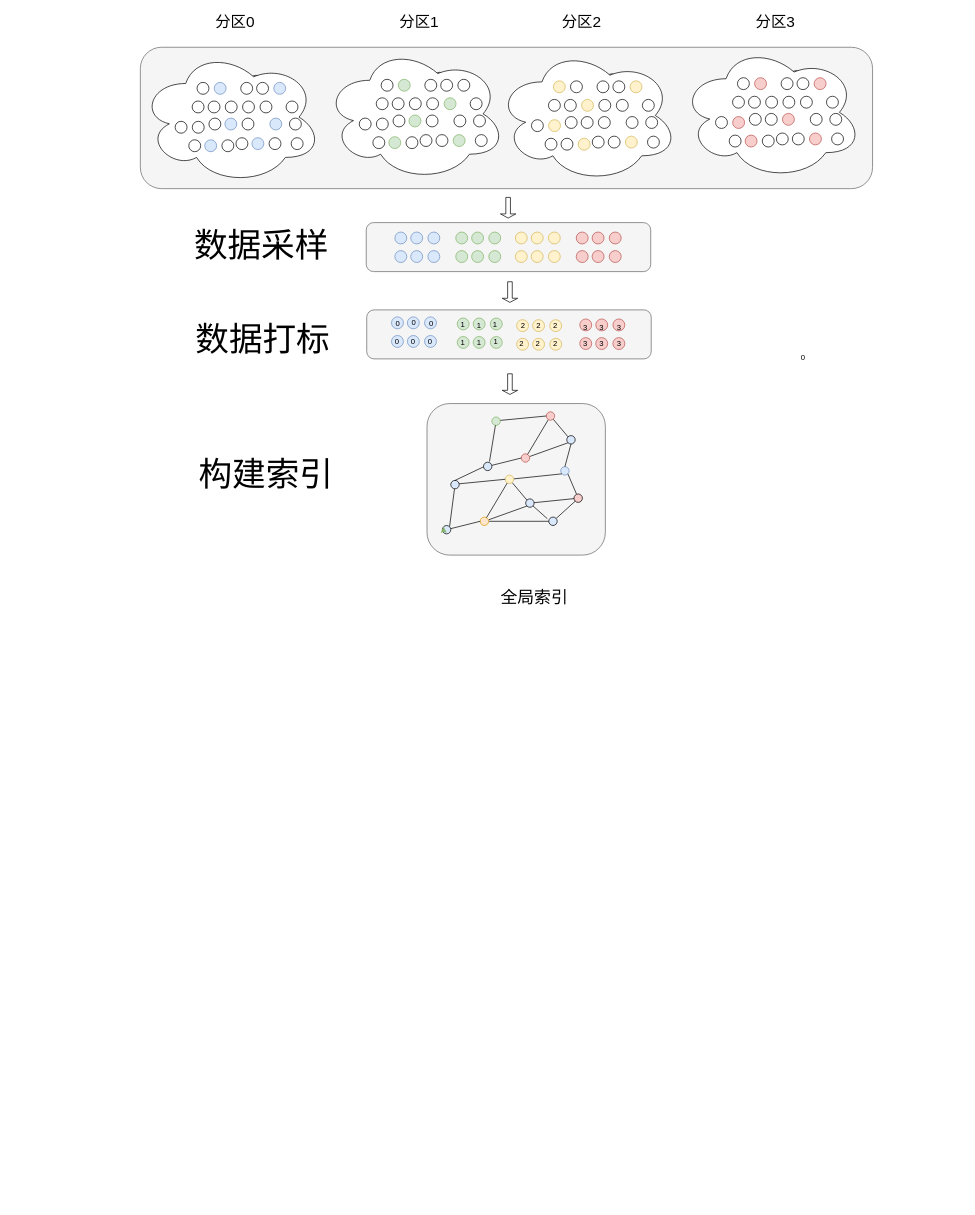
This is 2.drawio from huzhiyi123/drawio.hub, a draw.io file, before an edit. Source tidied: cells renumbered, new cells numbered last; positions are measured from the earlier drawing's top-left corner, leaving out a move shared by most shapes. Both pictures are drawn from the tidied source at 70%, with x=0, y=0 at pixel (140, 12).
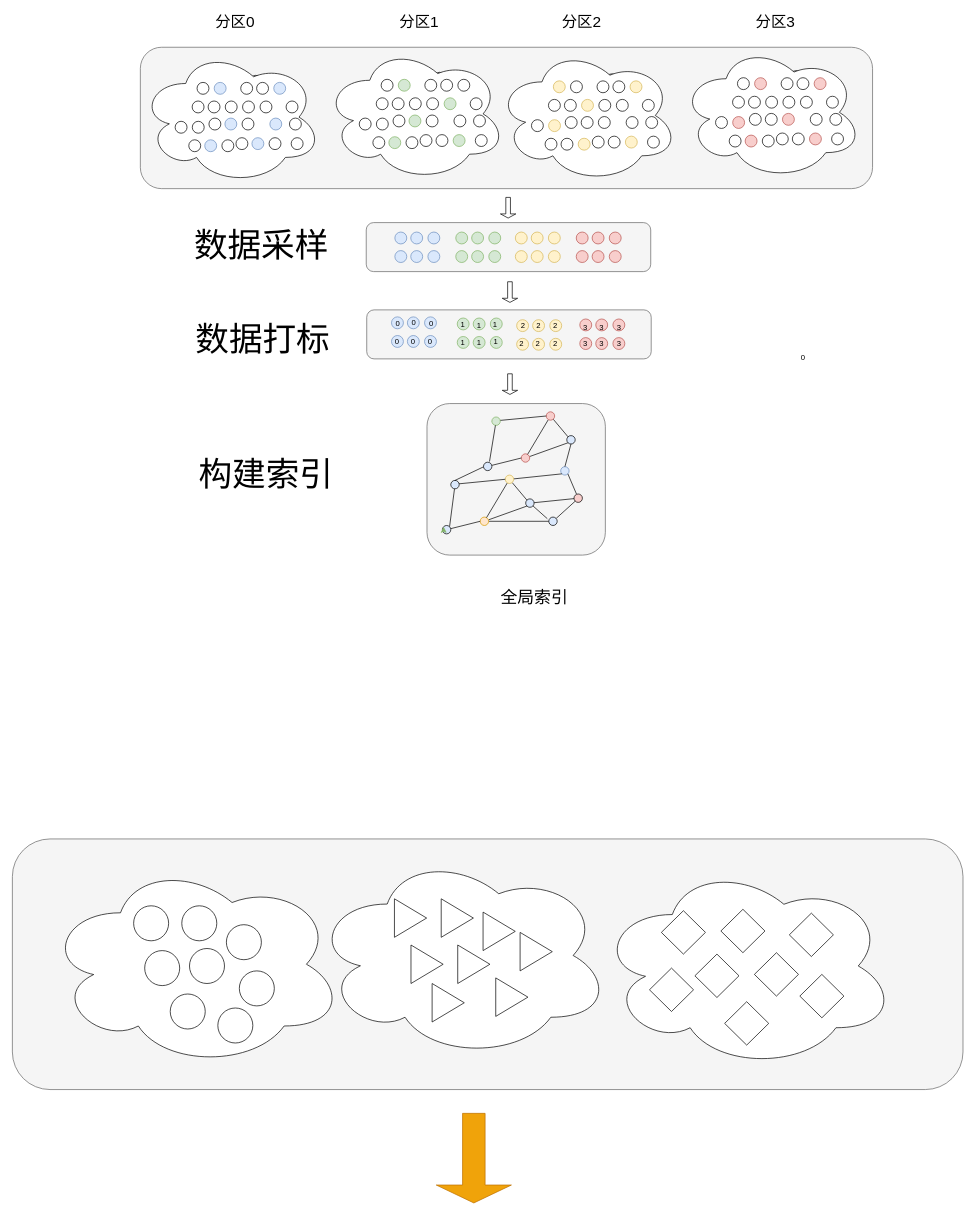
After the change.

What changed in the source:
```diff
@@
+    <mxCell id="328" style="rounded=1;whiteSpace=wrap;html=1;fillColor=#f5f5f5;fontColor=#333333;strokeColor=#666666;" parent="1" vertex="1">
+      <mxGeometry x="-182.8" y="1181" width="1358" height="358" as="geometry" />
+    </mxCell>
+    <mxCell id="329" style="ellipse;shape=cloud;whiteSpace=wrap;html=1;" parent="1" vertex="1">
+      <mxGeometry x="246.4" y="1200.5" width="425" height="294" as="geometry" />
+    </mxCell>
+    <mxCell id="330" style="ellipse;shape=cloud;whiteSpace=wrap;html=1;" parent="1" vertex="1">
+      <mxGeometry x="653.7" y="1215.5" width="425" height="294" as="geometry" />
+    </mxCell>
@@
+    <mxCell id="331" style="rhombus;whiteSpace=wrap;html=1;" parent="1" vertex="1">
+      <mxGeometry x="744.3" y="1283.5" width="63" height="62" as="geometry" />
+    </mxCell>
+    <mxCell id="332" style="triangle;whiteSpace=wrap;html=1;" parent="1" vertex="1">
+      <mxGeometry x="363" y="1266.5" width="46" height="55" as="geometry" />
+    </mxCell>
+    <mxCell id="333" style="ellipse;shape=cloud;whiteSpace=wrap;html=1;" parent="1" vertex="1">
+      <mxGeometry x="-134.6" y="1213" width="425" height="294" as="geometry" />
+    </mxCell>
+    <mxCell id="334" style="ellipse;whiteSpace=wrap;html=1;" parent="1" vertex="1">
+      <mxGeometry x="-9.6" y="1276.5" width="50" height="50" as="geometry" />
+    </mxCell>
+    <mxCell id="335" style="triangle;whiteSpace=wrap;html=1;" parent="1" vertex="1">
+      <mxGeometry x="429.8" y="1266.5" width="46" height="55" as="geometry" />
+    </mxCell>
+    <mxCell id="336" style="triangle;whiteSpace=wrap;html=1;" parent="1" vertex="1">
+      <mxGeometry x="386.6" y="1332.5" width="46" height="55" as="geometry" />
+    </mxCell>
+    <mxCell id="337" style="triangle;whiteSpace=wrap;html=1;" parent="1" vertex="1">
+      <mxGeometry x="453.4" y="1332.5" width="46" height="55" as="geometry" />
+    </mxCell>
+    <mxCell id="338" style="triangle;whiteSpace=wrap;html=1;" parent="1" vertex="1">
+      <mxGeometry x="489.6" y="1285.5" width="46" height="55" as="geometry" />
+    </mxCell>
+    <mxCell id="339" style="triangle;whiteSpace=wrap;html=1;" parent="1" vertex="1">
+      <mxGeometry x="542.5" y="1314.5" width="46" height="55" as="geometry" />
+    </mxCell>
+    <mxCell id="340" style="triangle;whiteSpace=wrap;html=1;" parent="1" vertex="1">
+      <mxGeometry x="416.8" y="1387.5" width="46" height="55" as="geometry" />
+    </mxCell>
+    <mxCell id="341" style="triangle;whiteSpace=wrap;html=1;" parent="1" vertex="1">
+      <mxGeometry x="507.7" y="1379.5" width="46" height="55" as="geometry" />
+    </mxCell>
+    <mxCell id="342" style="ellipse;whiteSpace=wrap;html=1;" parent="1" vertex="1">
+      <mxGeometry x="59.2" y="1276.5" width="50" height="50" as="geometry" />
+    </mxCell>
+    <mxCell id="343" style="ellipse;whiteSpace=wrap;html=1;" parent="1" vertex="1">
+      <mxGeometry x="6.2" y="1340.5" width="50" height="50" as="geometry" />
+    </mxCell>
+    <mxCell id="344" style="ellipse;whiteSpace=wrap;html=1;" parent="1" vertex="1">
+      <mxGeometry x="70.2" y="1337.5" width="50" height="50" as="geometry" />
+    </mxCell>
+    <mxCell id="345" style="rhombus;whiteSpace=wrap;html=1;" parent="1" vertex="1">
+      <mxGeometry x="829.3" y="1281.5" width="63" height="62" as="geometry" />
+    </mxCell>
+    <mxCell id="346" style="rhombus;whiteSpace=wrap;html=1;" parent="1" vertex="1">
+      <mxGeometry x="792.2" y="1345.5" width="63" height="62" as="geometry" />
+    </mxCell>
+    <mxCell id="347" style="rhombus;whiteSpace=wrap;html=1;" parent="1" vertex="1">
+      <mxGeometry x="877.2" y="1343.5" width="63" height="62" as="geometry" />
+    </mxCell>
+    <mxCell id="348" style="ellipse;whiteSpace=wrap;html=1;" parent="1" vertex="1">
+      <mxGeometry x="122.9" y="1303.5" width="50" height="50" as="geometry" />
+    </mxCell>
+    <mxCell id="349" style="ellipse;whiteSpace=wrap;html=1;" parent="1" vertex="1">
+      <mxGeometry x="141.4" y="1369.5" width="50" height="50" as="geometry" />
+    </mxCell>
+    <mxCell id="350" style="ellipse;whiteSpace=wrap;html=1;" parent="1" vertex="1">
+      <mxGeometry x="42.7" y="1402.5" width="50" height="50" as="geometry" />
+    </mxCell>
+    <mxCell id="351" style="ellipse;whiteSpace=wrap;html=1;" parent="1" vertex="1">
+      <mxGeometry x="110.7" y="1422.5" width="50" height="50" as="geometry" />
+    </mxCell>
+    <mxCell id="352" style="rhombus;whiteSpace=wrap;html=1;" parent="1" vertex="1">
+      <mxGeometry x="927.1" y="1287" width="63" height="62" as="geometry" />
+    </mxCell>
+    <mxCell id="353" style="rhombus;whiteSpace=wrap;html=1;" parent="1" vertex="1">
+      <mxGeometry x="942.1" y="1374.5" width="63" height="62" as="geometry" />
+    </mxCell>
+    <mxCell id="354" style="rhombus;whiteSpace=wrap;html=1;" parent="1" vertex="1">
+      <mxGeometry x="834.7" y="1413.5" width="63" height="62" as="geometry" />
+    </mxCell>
+    <mxCell id="355" style="rhombus;whiteSpace=wrap;html=1;" parent="1" vertex="1">
+      <mxGeometry x="727.3" y="1365.5" width="63" height="62" as="geometry" />
+    </mxCell>
+    <mxCell id="356" style="shape=singleArrow;direction=south;whiteSpace=wrap;html=1;fillColor=#f0a30a;fontColor=#000000;strokeColor=#BD7000;" parent="1" vertex="1">
+      <mxGeometry x="422.7" y="1573" width="107.4" height="128" as="geometry" />
+    </mxCell>
```
